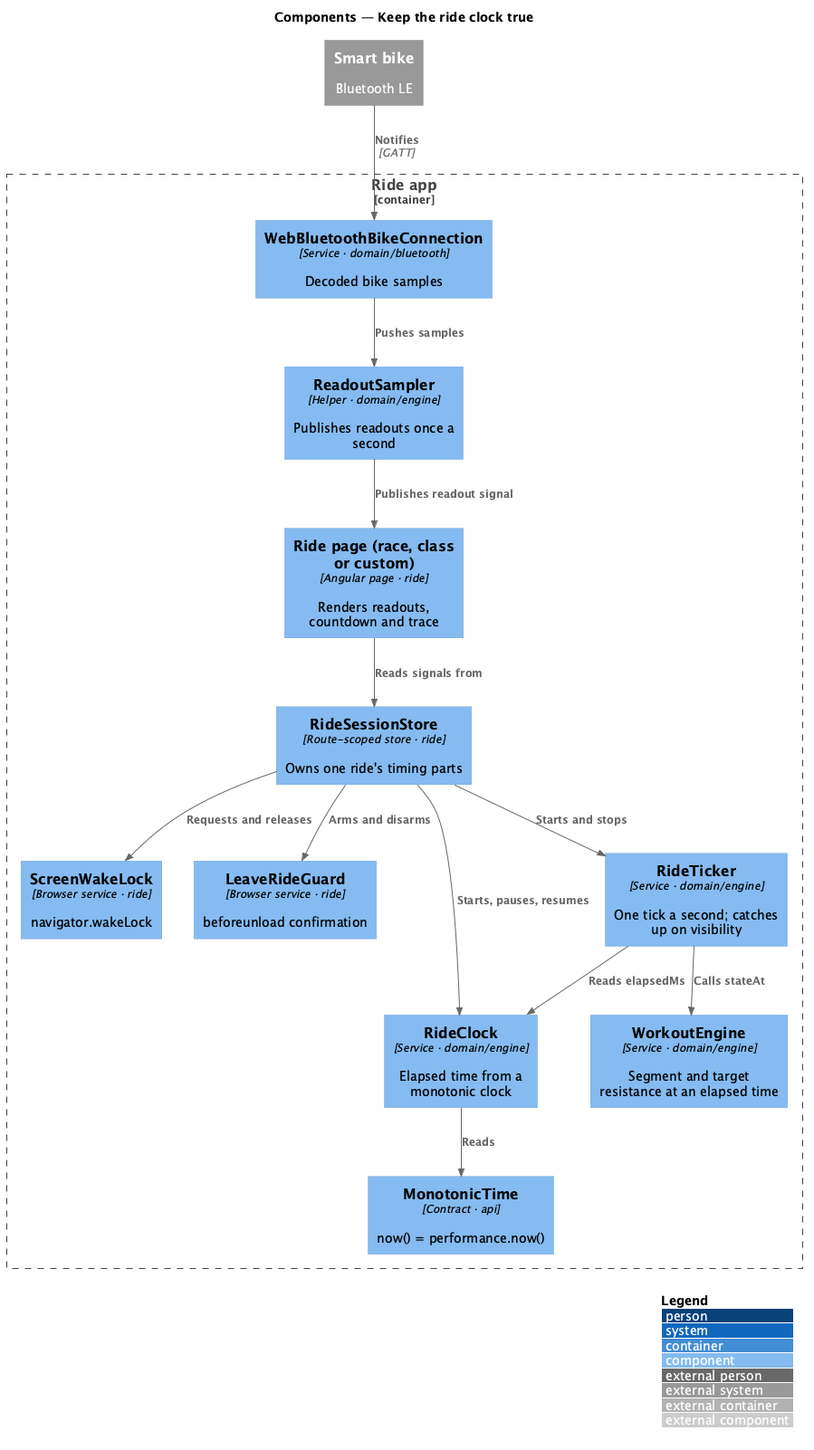
Above: docs/detailed-designs/performance/keep-the-ride-clock-true/diagrams/c4-component.png in QuinntyneBrown/ride-one (PlantUML), before the change. The source it was exported from:
```plantuml
@startuml
!include <C4/C4_Component>
LAYOUT_WITH_LEGEND()
title Components — Keep the ride clock true

System_Ext(bike, "Smart bike", "Bluetooth LE")
Container_Boundary(app, "Ride app") {
  Component(page, "Ride page (race, class or custom)", "Angular page · ride", "Renders readouts, countdown and trace")
  Component(store, "RideSessionStore", "Route-scoped store · ride", "Owns one ride's timing parts")
  Component(wake, "ScreenWakeLock", "Browser service · ride", "navigator.wakeLock")
  Component(guard, "LeaveRideGuard", "Browser service · ride", "beforeunload confirmation")
  Component(clock, "RideClock", "Service · domain/engine", "Elapsed time from a monotonic clock")
  Component(ticker, "RideTicker", "Service · domain/engine", "One tick a second; catches up on visibility")
  Component(engine, "WorkoutEngine", "Service · domain/engine", "Segment and target resistance at an elapsed time")
  Component(sampler, "ReadoutSampler", "Helper · domain/engine", "Publishes readouts once a second")
  Component(conn, "WebBluetoothBikeConnection", "Service · domain/bluetooth", "Decoded bike samples")
  Component(time, "MonotonicTime", "Contract · api", "now() = performance.now()")
}
Rel(bike, conn, "Notifies", "GATT")
Rel(page, store, "Reads signals from")
Rel(store, clock, "Starts, pauses, resumes")
Rel(store, ticker, "Starts and stops")
Rel(store, wake, "Requests and releases")
Rel(store, guard, "Arms and disarms")
Rel(clock, time, "Reads")
Rel(ticker, clock, "Reads elapsedMs")
Rel(ticker, engine, "Calls stateAt")
Rel(conn, sampler, "Pushes samples")
Rel(sampler, page, "Publishes readout signal")
@enduml
```
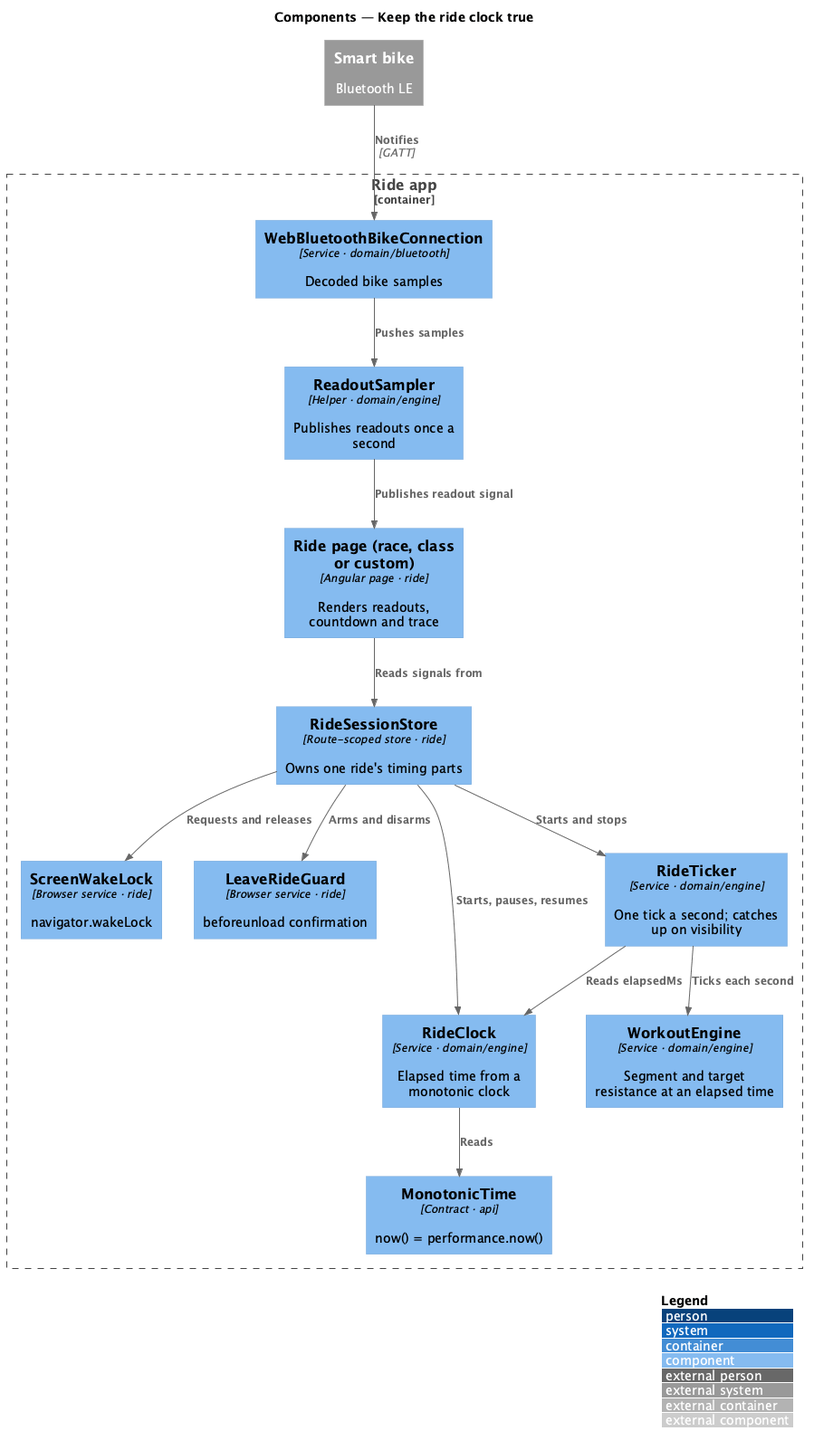
Later version of the same file.

The edit, as a diff of the source:
```diff
@@ -24,7 +24,7 @@
 Rel(store, guard, "Arms and disarms")
 Rel(clock, time, "Reads")
 Rel(ticker, clock, "Reads elapsedMs")
-Rel(ticker, engine, "Calls stateAt")
+Rel(ticker, engine, "Ticks each second")
 Rel(conn, sampler, "Pushes samples")
 Rel(sampler, page, "Publishes readout signal")
 @enduml
```
